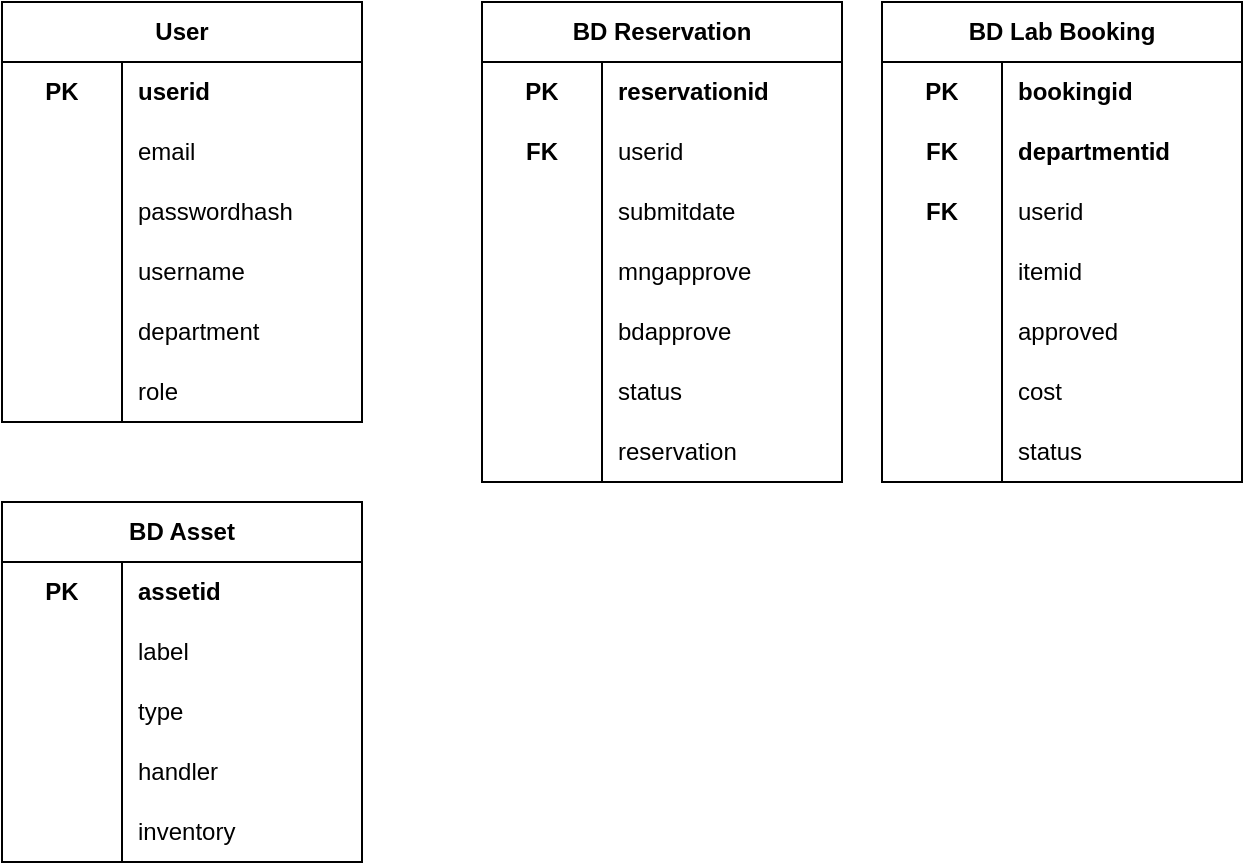
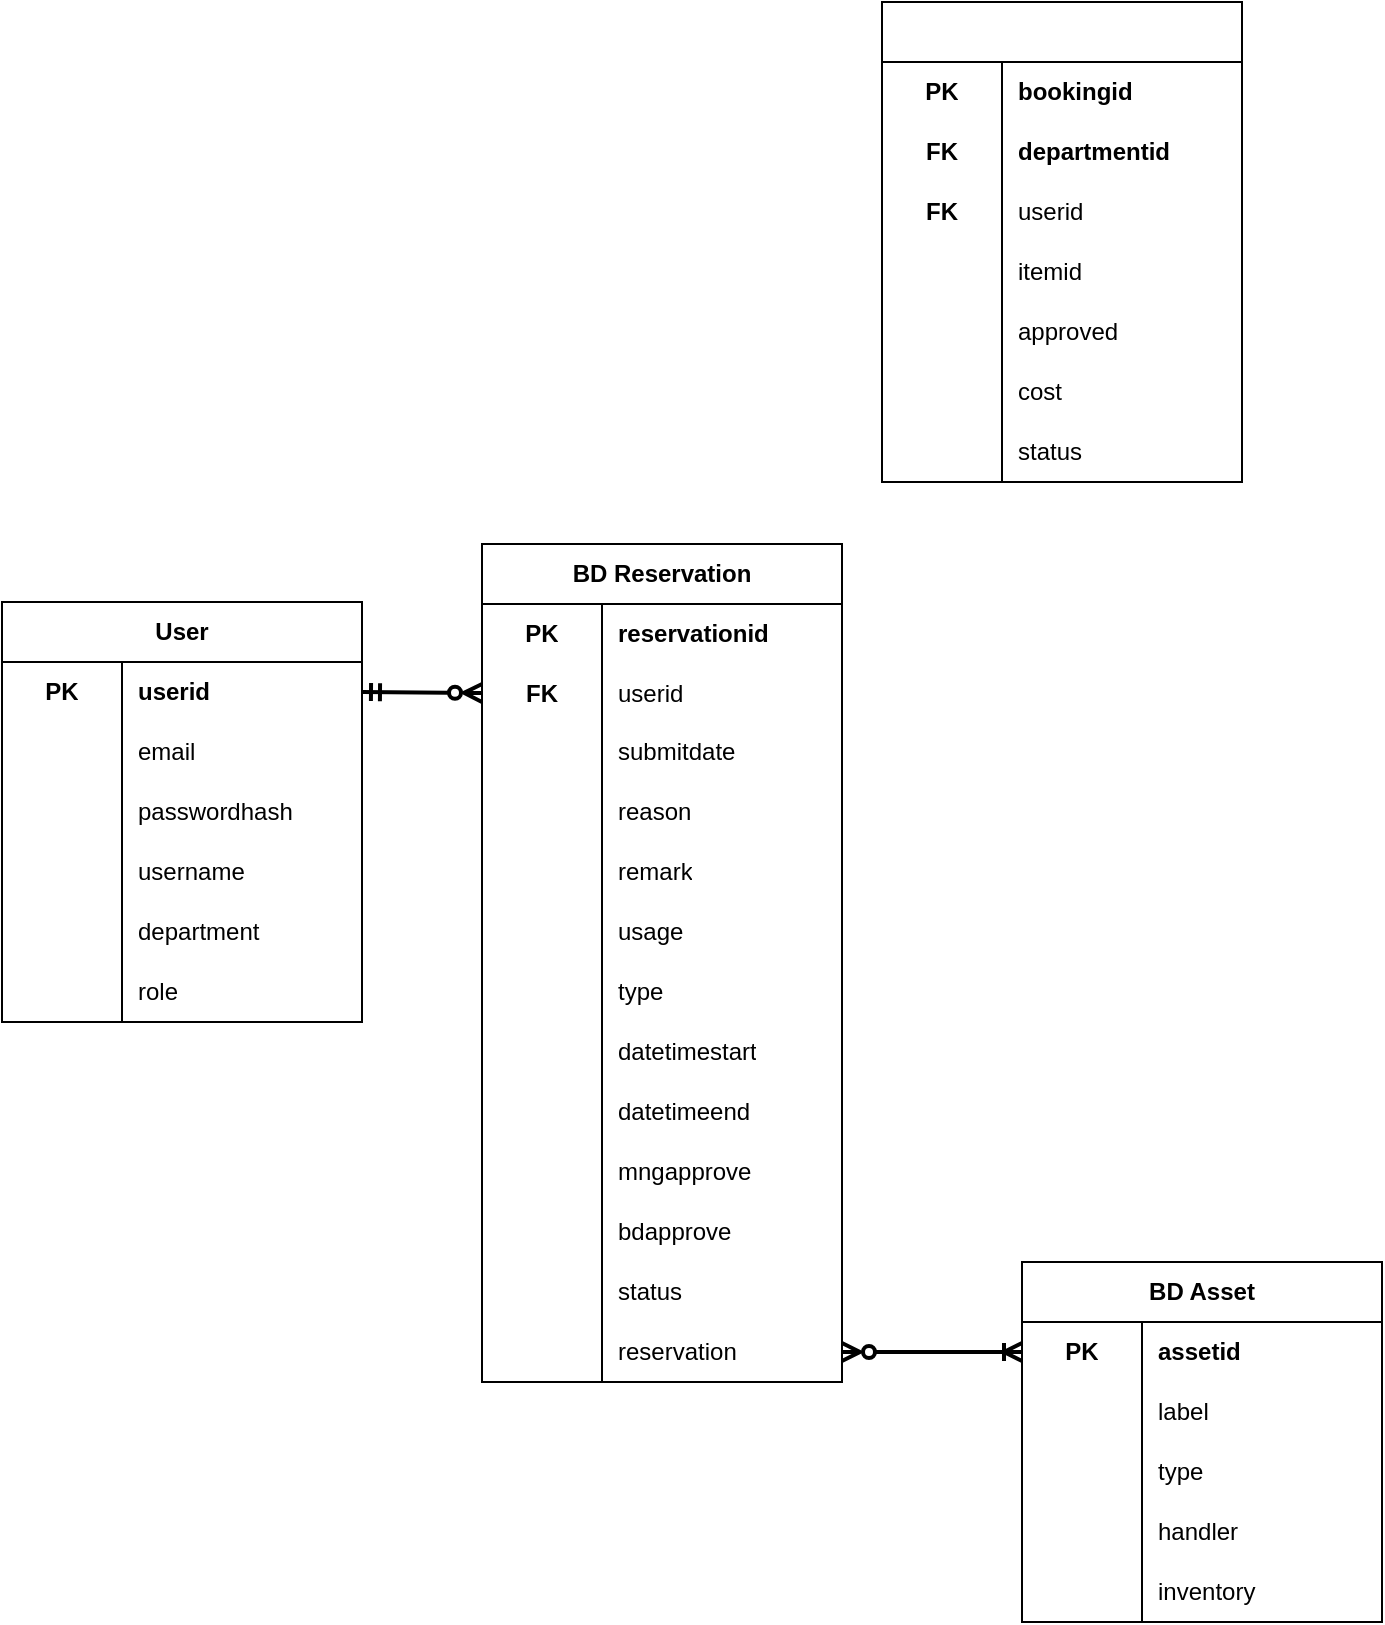
<mxfile host="65bd71144e">
    <diagram id="99jGwjI2mK34O7oxaWJw" name="Page-1">
-         <mxGraphModel dx="510" dy="547" grid="1" gridSize="10" guides="1" tooltips="1" connect="1" arrows="1" fold="1" page="1" pageScale="1" pageWidth="827" pageHeight="1169" math="0" shadow="0">
+         <mxGraphModel dx="284" dy="1716" grid="1" gridSize="10" guides="1" tooltips="1" connect="1" arrows="1" fold="1" page="1" pageScale="1" pageWidth="827" pageHeight="1169" math="0" shadow="0">
            <root>
                <mxCell id="0"/>
                <mxCell id="1" parent="0"/>
                <mxCell id="18" value="User" style="shape=table;startSize=30;container=1;collapsible=1;childLayout=tableLayout;fixedRows=1;rowLines=0;fontStyle=1;align=center;resizeLast=1;html=1;whiteSpace=wrap;" parent="1" vertex="1">
-                     <mxGeometry x="130" y="150" width="180" height="210" as="geometry"/>
+                     <mxGeometry x="130" y="140" width="180" height="210" as="geometry"/>
                </mxCell>
                <mxCell id="19" value="" style="shape=tableRow;horizontal=0;startSize=0;swimlaneHead=0;swimlaneBody=0;fillColor=none;collapsible=0;dropTarget=0;points=[[0,0.5],[1,0.5]];portConstraint=eastwest;top=0;left=0;right=0;bottom=0;html=1;labelBackgroundColor=none;labelBorderColor=none;swimlaneFillColor=none;" parent="18" vertex="1">
                    <mxGeometry y="30" width="180" height="30" as="geometry"/>
                </mxCell>
                <mxCell id="20" value="PK" style="shape=partialRectangle;connectable=0;fillColor=none;top=0;left=0;bottom=0;right=0;fontStyle=1;overflow=hidden;html=1;whiteSpace=wrap;labelBackgroundColor=none;labelBorderColor=none;swimlaneFillColor=none;" parent="19" vertex="1">
                    <mxGeometry width="60" height="30" as="geometry">
                        <mxRectangle width="60" height="30" as="alternateBounds"/>
                    </mxGeometry>
                </mxCell>
                <mxCell id="21" value="userid" style="shape=partialRectangle;connectable=0;fillColor=none;top=0;left=0;bottom=0;right=0;align=left;spacingLeft=6;fontStyle=1;overflow=hidden;html=1;whiteSpace=wrap;labelBackgroundColor=none;labelBorderColor=none;swimlaneFillColor=none;" parent="19" vertex="1">
                    <mxGeometry x="60" width="120" height="30" as="geometry">
                        <mxRectangle width="120" height="30" as="alternateBounds"/>
                    </mxGeometry>
                </mxCell>
                <mxCell id="22" value="" style="shape=tableRow;horizontal=0;startSize=0;swimlaneHead=0;swimlaneBody=0;fillColor=none;collapsible=0;dropTarget=0;points=[[0,0.5],[1,0.5]];portConstraint=eastwest;top=0;left=0;right=0;bottom=0;html=1;labelBackgroundColor=none;labelBorderColor=none;swimlaneFillColor=none;" parent="18" vertex="1">
                    <mxGeometry y="60" width="180" height="30" as="geometry"/>
                </mxCell>
                <mxCell id="23" value="" style="shape=partialRectangle;connectable=0;fillColor=none;top=0;left=0;bottom=0;right=0;fontStyle=1;overflow=hidden;html=1;whiteSpace=wrap;strokeWidth=1;shadow=0;strokeColor=default;perimeterSpacing=0;labelBackgroundColor=none;labelBorderColor=none;swimlaneFillColor=none;" parent="22" vertex="1">
                    <mxGeometry width="60" height="30" as="geometry">
                        <mxRectangle width="60" height="30" as="alternateBounds"/>
                    </mxGeometry>
                </mxCell>
                <mxCell id="24" value="email" style="shape=partialRectangle;connectable=0;fillColor=none;top=0;left=0;bottom=0;right=0;align=left;spacingLeft=6;fontStyle=0;overflow=hidden;html=1;whiteSpace=wrap;strokeWidth=1;shadow=0;perimeterSpacing=0;labelBackgroundColor=none;labelBorderColor=none;swimlaneFillColor=none;" parent="22" vertex="1">
                    <mxGeometry x="60" width="120" height="30" as="geometry">
                        <mxRectangle width="120" height="30" as="alternateBounds"/>
                    </mxGeometry>
                </mxCell>
                <mxCell id="25" value="" style="shape=tableRow;horizontal=0;startSize=0;swimlaneHead=0;swimlaneBody=0;fillColor=none;collapsible=0;dropTarget=0;points=[[0,0.5],[1,0.5]];portConstraint=eastwest;top=0;left=0;right=0;bottom=0;html=1;labelBackgroundColor=none;labelBorderColor=none;swimlaneFillColor=none;" parent="18" vertex="1">
                    <mxGeometry y="90" width="180" height="30" as="geometry"/>
                </mxCell>
                <mxCell id="26" value="" style="shape=partialRectangle;connectable=0;fillColor=none;top=0;left=0;bottom=0;right=0;editable=1;overflow=hidden;html=1;whiteSpace=wrap;labelBackgroundColor=none;labelBorderColor=none;swimlaneFillColor=none;" parent="25" vertex="1">
                    <mxGeometry width="60" height="30" as="geometry">
                        <mxRectangle width="60" height="30" as="alternateBounds"/>
                    </mxGeometry>
                </mxCell>
                <mxCell id="27" value="passwordhash" style="shape=partialRectangle;connectable=0;fillColor=none;top=0;left=0;bottom=0;right=0;align=left;spacingLeft=6;overflow=hidden;html=1;whiteSpace=wrap;labelBackgroundColor=none;labelBorderColor=none;swimlaneFillColor=none;" parent="25" vertex="1">
                    <mxGeometry x="60" width="120" height="30" as="geometry">
                        <mxRectangle width="120" height="30" as="alternateBounds"/>
                    </mxGeometry>
                </mxCell>
-                 <mxCell id="119" value="" style="shape=tableRow;horizontal=0;startSize=0;swimlaneHead=0;swimlaneBody=0;fillColor=none;collapsible=0;dropTarget=0;points=[[0,0.5],[1,0.5]];portConstraint=eastwest;top=0;left=0;right=0;bottom=0;html=1;labelBackgroundColor=none;labelBorderColor=none;swimlaneFillColor=none;" vertex="1" parent="18">
+                 <mxCell id="119" value="" style="shape=tableRow;horizontal=0;startSize=0;swimlaneHead=0;swimlaneBody=0;fillColor=none;collapsible=0;dropTarget=0;points=[[0,0.5],[1,0.5]];portConstraint=eastwest;top=0;left=0;right=0;bottom=0;html=1;labelBackgroundColor=none;labelBorderColor=none;swimlaneFillColor=none;" parent="18" vertex="1">
                    <mxGeometry y="120" width="180" height="30" as="geometry"/>
                </mxCell>
-                 <mxCell id="120" value="" style="shape=partialRectangle;connectable=0;fillColor=none;top=0;left=0;bottom=0;right=0;editable=1;overflow=hidden;html=1;whiteSpace=wrap;labelBackgroundColor=none;labelBorderColor=none;swimlaneFillColor=none;" vertex="1" parent="119">
-                     <mxGeometry width="60" height="30" as="geometry">
-                         <mxRectangle width="60" height="30" as="alternateBounds"/>
-                     </mxGeometry>
-                 </mxCell>
-                 <mxCell id="121" value="username" style="shape=partialRectangle;connectable=0;fillColor=none;top=0;left=0;bottom=0;right=0;align=left;spacingLeft=6;overflow=hidden;html=1;whiteSpace=wrap;labelBackgroundColor=none;labelBorderColor=none;swimlaneFillColor=none;" vertex="1" parent="119">
-                     <mxGeometry x="60" width="120" height="30" as="geometry">
-                         <mxRectangle width="120" height="30" as="alternateBounds"/>
-                     </mxGeometry>
-                 </mxCell>
-                 <mxCell id="122" value="" style="shape=tableRow;horizontal=0;startSize=0;swimlaneHead=0;swimlaneBody=0;fillColor=none;collapsible=0;dropTarget=0;points=[[0,0.5],[1,0.5]];portConstraint=eastwest;top=0;left=0;right=0;bottom=0;html=1;labelBackgroundColor=none;labelBorderColor=none;swimlaneFillColor=none;" vertex="1" parent="18">
+                 <mxCell id="120" value="" style="shape=partialRectangle;connectable=0;fillColor=none;top=0;left=0;bottom=0;right=0;editable=1;overflow=hidden;html=1;whiteSpace=wrap;labelBackgroundColor=none;labelBorderColor=none;swimlaneFillColor=none;" parent="119" vertex="1">
+                     <mxGeometry width="60" height="30" as="geometry">
+                         <mxRectangle width="60" height="30" as="alternateBounds"/>
+                     </mxGeometry>
+                 </mxCell>
+                 <mxCell id="121" value="username" style="shape=partialRectangle;connectable=0;fillColor=none;top=0;left=0;bottom=0;right=0;align=left;spacingLeft=6;overflow=hidden;html=1;whiteSpace=wrap;labelBackgroundColor=none;labelBorderColor=none;swimlaneFillColor=none;" parent="119" vertex="1">
+                     <mxGeometry x="60" width="120" height="30" as="geometry">
+                         <mxRectangle width="120" height="30" as="alternateBounds"/>
+                     </mxGeometry>
+                 </mxCell>
+                 <mxCell id="122" value="" style="shape=tableRow;horizontal=0;startSize=0;swimlaneHead=0;swimlaneBody=0;fillColor=none;collapsible=0;dropTarget=0;points=[[0,0.5],[1,0.5]];portConstraint=eastwest;top=0;left=0;right=0;bottom=0;html=1;labelBackgroundColor=none;labelBorderColor=none;swimlaneFillColor=none;" parent="18" vertex="1">
                    <mxGeometry y="150" width="180" height="30" as="geometry"/>
                </mxCell>
-                 <mxCell id="123" value="" style="shape=partialRectangle;connectable=0;fillColor=none;top=0;left=0;bottom=0;right=0;editable=1;overflow=hidden;html=1;whiteSpace=wrap;labelBackgroundColor=none;labelBorderColor=none;swimlaneFillColor=none;" vertex="1" parent="122">
-                     <mxGeometry width="60" height="30" as="geometry">
-                         <mxRectangle width="60" height="30" as="alternateBounds"/>
-                     </mxGeometry>
-                 </mxCell>
-                 <mxCell id="124" value="department" style="shape=partialRectangle;connectable=0;fillColor=none;top=0;left=0;bottom=0;right=0;align=left;spacingLeft=6;overflow=hidden;html=1;whiteSpace=wrap;labelBackgroundColor=none;labelBorderColor=none;swimlaneFillColor=none;" vertex="1" parent="122">
+                 <mxCell id="123" value="" style="shape=partialRectangle;connectable=0;fillColor=none;top=0;left=0;bottom=0;right=0;editable=1;overflow=hidden;html=1;whiteSpace=wrap;labelBackgroundColor=none;labelBorderColor=none;swimlaneFillColor=none;" parent="122" vertex="1">
+                     <mxGeometry width="60" height="30" as="geometry">
+                         <mxRectangle width="60" height="30" as="alternateBounds"/>
+                     </mxGeometry>
+                 </mxCell>
+                 <mxCell id="124" value="department" style="shape=partialRectangle;connectable=0;fillColor=none;top=0;left=0;bottom=0;right=0;align=left;spacingLeft=6;overflow=hidden;html=1;whiteSpace=wrap;labelBackgroundColor=none;labelBorderColor=none;swimlaneFillColor=none;" parent="122" vertex="1">
                    <mxGeometry x="60" width="120" height="30" as="geometry">
                        <mxRectangle width="120" height="30" as="alternateBounds"/>
                    </mxGeometry>
                </mxCell>
                <mxCell id="28" value="" style="shape=tableRow;horizontal=0;startSize=0;swimlaneHead=0;swimlaneBody=0;fillColor=none;collapsible=0;dropTarget=0;points=[[0,0.5],[1,0.5]];portConstraint=eastwest;top=0;left=0;right=0;bottom=0;html=1;labelBackgroundColor=none;labelBorderColor=none;swimlaneFillColor=none;" parent="18" vertex="1">
                    <mxGeometry y="180" width="180" height="30" as="geometry"/>
                </mxCell>
                <mxCell id="29" value="" style="shape=partialRectangle;connectable=0;fillColor=none;top=0;left=0;bottom=0;right=0;editable=1;overflow=hidden;html=1;whiteSpace=wrap;labelBackgroundColor=none;labelBorderColor=none;swimlaneFillColor=none;" parent="28" vertex="1">
                    <mxGeometry width="60" height="30" as="geometry">
                        <mxRectangle width="60" height="30" as="alternateBounds"/>
                    </mxGeometry>
                </mxCell>
                <mxCell id="30" value="role" style="shape=partialRectangle;connectable=0;fillColor=none;top=0;left=0;bottom=0;right=0;align=left;spacingLeft=6;overflow=hidden;html=1;whiteSpace=wrap;labelBackgroundColor=none;labelBorderColor=none;swimlaneFillColor=none;" parent="28" vertex="1">
                    <mxGeometry x="60" width="120" height="30" as="geometry">
                        <mxRectangle width="120" height="30" as="alternateBounds"/>
                    </mxGeometry>
                </mxCell>
                <mxCell id="34" value="BD Asset" style="shape=table;startSize=30;container=1;collapsible=1;childLayout=tableLayout;fixedRows=1;rowLines=0;fontStyle=1;align=center;resizeLast=1;html=1;whiteSpace=wrap;" parent="1" vertex="1">
-                     <mxGeometry x="130" y="400" width="180" height="180" as="geometry"/>
+                     <mxGeometry x="640" y="470" width="180" height="180" as="geometry"/>
                </mxCell>
                <mxCell id="35" value="" style="shape=tableRow;horizontal=0;startSize=0;swimlaneHead=0;swimlaneBody=0;fillColor=none;collapsible=0;dropTarget=0;points=[[0,0.5],[1,0.5]];portConstraint=eastwest;top=0;left=0;right=0;bottom=0;html=1;labelBackgroundColor=none;labelBorderColor=none;swimlaneFillColor=none;" parent="34" vertex="1">
                    <mxGeometry y="30" width="180" height="30" as="geometry"/>
                </mxCell>
                <mxCell id="36" value="PK" style="shape=partialRectangle;connectable=0;fillColor=none;top=0;left=0;bottom=0;right=0;fontStyle=1;overflow=hidden;html=1;whiteSpace=wrap;labelBackgroundColor=none;labelBorderColor=none;swimlaneFillColor=none;" parent="35" vertex="1">
                    <mxGeometry width="60" height="30" as="geometry">
                        <mxRectangle width="60" height="30" as="alternateBounds"/>
                    </mxGeometry>
                </mxCell>
                <mxCell id="37" value="assetid" style="shape=partialRectangle;connectable=0;fillColor=none;top=0;left=0;bottom=0;right=0;align=left;spacingLeft=6;fontStyle=1;overflow=hidden;html=1;whiteSpace=wrap;labelBackgroundColor=none;labelBorderColor=none;swimlaneFillColor=none;" parent="35" vertex="1">
                    <mxGeometry x="60" width="120" height="30" as="geometry">
                        <mxRectangle width="120" height="30" as="alternateBounds"/>
                    </mxGeometry>
                </mxCell>
                <mxCell id="38" value="" style="shape=tableRow;horizontal=0;startSize=0;swimlaneHead=0;swimlaneBody=0;fillColor=none;collapsible=0;dropTarget=0;points=[[0,0.5],[1,0.5]];portConstraint=eastwest;top=0;left=0;right=0;bottom=0;html=1;labelBackgroundColor=none;labelBorderColor=none;swimlaneFillColor=none;" parent="34" vertex="1">
                    <mxGeometry y="60" width="180" height="30" as="geometry"/>
                </mxCell>
                <mxCell id="39" value="" style="shape=partialRectangle;connectable=0;fillColor=none;top=0;left=0;bottom=0;right=0;fontStyle=1;overflow=hidden;html=1;whiteSpace=wrap;strokeWidth=1;shadow=0;strokeColor=default;perimeterSpacing=0;labelBackgroundColor=none;labelBorderColor=none;swimlaneFillColor=none;" parent="38" vertex="1">
                    <mxGeometry width="60" height="30" as="geometry">
                        <mxRectangle width="60" height="30" as="alternateBounds"/>
                    </mxGeometry>
                </mxCell>
                <mxCell id="40" value="label" style="shape=partialRectangle;connectable=0;fillColor=none;top=0;left=0;bottom=0;right=0;align=left;spacingLeft=6;fontStyle=0;overflow=hidden;html=1;whiteSpace=wrap;strokeWidth=1;shadow=0;perimeterSpacing=0;labelBackgroundColor=none;labelBorderColor=none;swimlaneFillColor=none;" parent="38" vertex="1">
                    <mxGeometry x="60" width="120" height="30" as="geometry">
                        <mxRectangle width="120" height="30" as="alternateBounds"/>
                    </mxGeometry>
                </mxCell>
                <mxCell id="66" value="" style="shape=tableRow;horizontal=0;startSize=0;swimlaneHead=0;swimlaneBody=0;fillColor=none;collapsible=0;dropTarget=0;points=[[0,0.5],[1,0.5]];portConstraint=eastwest;top=0;left=0;right=0;bottom=0;html=1;labelBackgroundColor=none;labelBorderColor=none;swimlaneFillColor=none;" parent="34" vertex="1">
                    <mxGeometry y="90" width="180" height="30" as="geometry"/>
                </mxCell>
                <mxCell id="67" value="" style="shape=partialRectangle;connectable=0;fillColor=none;top=0;left=0;bottom=0;right=0;fontStyle=1;overflow=hidden;html=1;whiteSpace=wrap;strokeWidth=1;shadow=0;strokeColor=default;perimeterSpacing=0;labelBackgroundColor=none;labelBorderColor=none;swimlaneFillColor=none;" parent="66" vertex="1">
                    <mxGeometry width="60" height="30" as="geometry">
                        <mxRectangle width="60" height="30" as="alternateBounds"/>
                    </mxGeometry>
                </mxCell>
                <mxCell id="68" value="type" style="shape=partialRectangle;connectable=0;fillColor=none;top=0;left=0;bottom=0;right=0;align=left;spacingLeft=6;fontStyle=0;overflow=hidden;html=1;whiteSpace=wrap;strokeWidth=1;shadow=0;perimeterSpacing=0;labelBackgroundColor=none;labelBorderColor=none;swimlaneFillColor=none;" parent="66" vertex="1">
                    <mxGeometry x="60" width="120" height="30" as="geometry">
                        <mxRectangle width="120" height="30" as="alternateBounds"/>
                    </mxGeometry>
                </mxCell>
                <mxCell id="60" value="" style="shape=tableRow;horizontal=0;startSize=0;swimlaneHead=0;swimlaneBody=0;fillColor=none;collapsible=0;dropTarget=0;points=[[0,0.5],[1,0.5]];portConstraint=eastwest;top=0;left=0;right=0;bottom=0;html=1;labelBackgroundColor=none;labelBorderColor=none;swimlaneFillColor=none;" parent="34" vertex="1">
                    <mxGeometry y="120" width="180" height="30" as="geometry"/>
                </mxCell>
                <mxCell id="61" value="" style="shape=partialRectangle;connectable=0;fillColor=none;top=0;left=0;bottom=0;right=0;editable=1;overflow=hidden;html=1;whiteSpace=wrap;labelBackgroundColor=none;labelBorderColor=none;swimlaneFillColor=none;" parent="60" vertex="1">
                    <mxGeometry width="60" height="30" as="geometry">
                        <mxRectangle width="60" height="30" as="alternateBounds"/>
                    </mxGeometry>
                </mxCell>
                <mxCell id="62" value="handler" style="shape=partialRectangle;connectable=0;fillColor=none;top=0;left=0;bottom=0;right=0;align=left;spacingLeft=6;overflow=hidden;html=1;whiteSpace=wrap;labelBackgroundColor=none;labelBorderColor=none;swimlaneFillColor=none;" parent="60" vertex="1">
                    <mxGeometry x="60" width="120" height="30" as="geometry">
                        <mxRectangle width="120" height="30" as="alternateBounds"/>
                    </mxGeometry>
                </mxCell>
                <mxCell id="69" value="" style="shape=tableRow;horizontal=0;startSize=0;swimlaneHead=0;swimlaneBody=0;fillColor=none;collapsible=0;dropTarget=0;points=[[0,0.5],[1,0.5]];portConstraint=eastwest;top=0;left=0;right=0;bottom=0;html=1;labelBackgroundColor=none;labelBorderColor=none;swimlaneFillColor=none;" parent="34" vertex="1">
                    <mxGeometry y="150" width="180" height="30" as="geometry"/>
                </mxCell>
                <mxCell id="70" value="" style="shape=partialRectangle;connectable=0;fillColor=none;top=0;left=0;bottom=0;right=0;editable=1;overflow=hidden;html=1;whiteSpace=wrap;labelBackgroundColor=none;labelBorderColor=none;swimlaneFillColor=none;" parent="69" vertex="1">
                    <mxGeometry width="60" height="30" as="geometry">
                        <mxRectangle width="60" height="30" as="alternateBounds"/>
                    </mxGeometry>
                </mxCell>
                <mxCell id="71" value="inventory" style="shape=partialRectangle;connectable=0;fillColor=none;top=0;left=0;bottom=0;right=0;align=left;spacingLeft=6;overflow=hidden;html=1;whiteSpace=wrap;labelBackgroundColor=none;labelBorderColor=none;swimlaneFillColor=none;" parent="69" vertex="1">
                    <mxGeometry x="60" width="120" height="30" as="geometry">
                        <mxRectangle width="120" height="30" as="alternateBounds"/>
                    </mxGeometry>
                </mxCell>
+                 <mxCell id="147" style="edgeStyle=none;html=1;entryX=0;entryY=0.5;entryDx=0;entryDy=0;strokeWidth=2;startArrow=ERzeroToMany;startFill=0;endArrow=ERoneToMany;endFill=0;exitX=1;exitY=0.5;exitDx=0;exitDy=0;" edge="1" parent="1" source="125" target="35">
+                     <mxGeometry relative="1" as="geometry">
+                         <mxPoint x="550" y="218.375" as="sourcePoint"/>
+                         <mxPoint x="580" y="182" as="targetPoint"/>
+                     </mxGeometry>
+                 </mxCell>
                <mxCell id="72" value="BD Reservation" style="shape=table;startSize=30;container=1;collapsible=1;childLayout=tableLayout;fixedRows=1;rowLines=0;fontStyle=1;align=center;resizeLast=1;html=1;whiteSpace=wrap;" parent="1" vertex="1">
-                     <mxGeometry x="370" y="150" width="180" height="240" as="geometry"/>
+                     <mxGeometry x="370" y="111" width="180" height="419" as="geometry"/>
                </mxCell>
                <mxCell id="73" value="" style="shape=tableRow;horizontal=0;startSize=0;swimlaneHead=0;swimlaneBody=0;fillColor=none;collapsible=0;dropTarget=0;points=[[0,0.5],[1,0.5]];portConstraint=eastwest;top=0;left=0;right=0;bottom=0;html=1;labelBackgroundColor=none;labelBorderColor=none;swimlaneFillColor=none;" parent="72" vertex="1">
                    <mxGeometry y="30" width="180" height="30" as="geometry"/>
                </mxCell>
                <mxCell id="74" value="PK" style="shape=partialRectangle;connectable=0;fillColor=none;top=0;left=0;bottom=0;right=0;fontStyle=1;overflow=hidden;html=1;whiteSpace=wrap;labelBackgroundColor=none;labelBorderColor=none;swimlaneFillColor=none;" parent="73" vertex="1">
                    <mxGeometry width="60" height="30" as="geometry">
                        <mxRectangle width="60" height="30" as="alternateBounds"/>
                    </mxGeometry>
                </mxCell>
                <mxCell id="75" value="reservationid" style="shape=partialRectangle;connectable=0;fillColor=none;top=0;left=0;bottom=0;right=0;align=left;spacingLeft=6;fontStyle=1;overflow=hidden;html=1;whiteSpace=wrap;labelBackgroundColor=none;labelBorderColor=none;swimlaneFillColor=none;" parent="73" vertex="1">
                    <mxGeometry x="60" width="120" height="30" as="geometry">
                        <mxRectangle width="120" height="30" as="alternateBounds"/>
                    </mxGeometry>
                </mxCell>
                <mxCell id="76" value="" style="shape=tableRow;horizontal=0;startSize=0;swimlaneHead=0;swimlaneBody=0;fillColor=none;collapsible=0;dropTarget=0;points=[[0,0.5],[1,0.5]];portConstraint=eastwest;top=0;left=0;right=0;bottom=0;html=1;labelBackgroundColor=none;labelBorderColor=none;swimlaneFillColor=none;" parent="72" vertex="1">
-                     <mxGeometry y="60" width="180" height="30" as="geometry"/>
+                     <mxGeometry y="60" width="180" height="29" as="geometry"/>
                </mxCell>
                <mxCell id="77" value="FK" style="shape=partialRectangle;connectable=0;fillColor=none;top=0;left=0;bottom=0;right=0;fontStyle=1;overflow=hidden;html=1;whiteSpace=wrap;strokeWidth=1;shadow=0;strokeColor=default;perimeterSpacing=0;labelBackgroundColor=none;labelBorderColor=none;swimlaneFillColor=none;" parent="76" vertex="1">
-                     <mxGeometry width="60" height="30" as="geometry">
-                         <mxRectangle width="60" height="30" as="alternateBounds"/>
+                     <mxGeometry width="60" height="29" as="geometry">
+                         <mxRectangle width="60" height="29" as="alternateBounds"/>
                    </mxGeometry>
                </mxCell>
                <mxCell id="78" value="userid" style="shape=partialRectangle;connectable=0;fillColor=none;top=0;left=0;bottom=0;right=0;align=left;spacingLeft=6;fontStyle=0;overflow=hidden;html=1;whiteSpace=wrap;strokeWidth=1;shadow=0;perimeterSpacing=0;labelBackgroundColor=none;labelBorderColor=none;swimlaneFillColor=none;" parent="76" vertex="1">
-                     <mxGeometry x="60" width="120" height="30" as="geometry">
-                         <mxRectangle width="120" height="30" as="alternateBounds"/>
+                     <mxGeometry x="60" width="120" height="29" as="geometry">
+                         <mxRectangle width="120" height="29" as="alternateBounds"/>
                    </mxGeometry>
                </mxCell>
                <mxCell id="79" value="" style="shape=tableRow;horizontal=0;startSize=0;swimlaneHead=0;swimlaneBody=0;fillColor=none;collapsible=0;dropTarget=0;points=[[0,0.5],[1,0.5]];portConstraint=eastwest;top=0;left=0;right=0;bottom=0;html=1;labelBackgroundColor=none;labelBorderColor=none;swimlaneFillColor=none;" parent="72" vertex="1">
-                     <mxGeometry y="90" width="180" height="30" as="geometry"/>
+                     <mxGeometry y="89" width="180" height="30" as="geometry"/>
                </mxCell>
                <mxCell id="80" value="" style="shape=partialRectangle;connectable=0;fillColor=none;top=0;left=0;bottom=0;right=0;editable=1;overflow=hidden;html=1;whiteSpace=wrap;labelBackgroundColor=none;labelBorderColor=none;swimlaneFillColor=none;" parent="79" vertex="1">
                    <mxGeometry width="60" height="30" as="geometry">
                        <mxRectangle width="60" height="30" as="alternateBounds"/>
                    </mxGeometry>
                </mxCell>
                <mxCell id="81" value="submitdate" style="shape=partialRectangle;connectable=0;fillColor=none;top=0;left=0;bottom=0;right=0;align=left;spacingLeft=6;overflow=hidden;html=1;whiteSpace=wrap;labelBackgroundColor=none;labelBorderColor=none;swimlaneFillColor=none;" parent="79" vertex="1">
                    <mxGeometry x="60" width="120" height="30" as="geometry">
                        <mxRectangle width="120" height="30" as="alternateBounds"/>
                    </mxGeometry>
                </mxCell>
+                 <mxCell id="128" value="" style="shape=tableRow;horizontal=0;startSize=0;swimlaneHead=0;swimlaneBody=0;fillColor=none;collapsible=0;dropTarget=0;points=[[0,0.5],[1,0.5]];portConstraint=eastwest;top=0;left=0;right=0;bottom=0;html=1;labelBackgroundColor=none;labelBorderColor=none;swimlaneFillColor=none;" vertex="1" parent="72">
+                     <mxGeometry y="119" width="180" height="30" as="geometry"/>
+                 </mxCell>
+                 <mxCell id="129" value="" style="shape=partialRectangle;connectable=0;fillColor=none;top=0;left=0;bottom=0;right=0;editable=1;overflow=hidden;html=1;whiteSpace=wrap;labelBackgroundColor=none;labelBorderColor=none;swimlaneFillColor=none;" vertex="1" parent="128">
+                     <mxGeometry width="60" height="30" as="geometry">
+                         <mxRectangle width="60" height="30" as="alternateBounds"/>
+                     </mxGeometry>
+                 </mxCell>
+                 <mxCell id="130" value="reason" style="shape=partialRectangle;connectable=0;fillColor=none;top=0;left=0;bottom=0;right=0;align=left;spacingLeft=6;overflow=hidden;html=1;whiteSpace=wrap;labelBackgroundColor=none;labelBorderColor=none;swimlaneFillColor=none;" vertex="1" parent="128">
+                     <mxGeometry x="60" width="120" height="30" as="geometry">
+                         <mxRectangle width="120" height="30" as="alternateBounds"/>
+                     </mxGeometry>
+                 </mxCell>
+                 <mxCell id="131" value="" style="shape=tableRow;horizontal=0;startSize=0;swimlaneHead=0;swimlaneBody=0;fillColor=none;collapsible=0;dropTarget=0;points=[[0,0.5],[1,0.5]];portConstraint=eastwest;top=0;left=0;right=0;bottom=0;html=1;labelBackgroundColor=none;labelBorderColor=none;swimlaneFillColor=none;" vertex="1" parent="72">
+                     <mxGeometry y="149" width="180" height="30" as="geometry"/>
+                 </mxCell>
+                 <mxCell id="132" value="" style="shape=partialRectangle;connectable=0;fillColor=none;top=0;left=0;bottom=0;right=0;editable=1;overflow=hidden;html=1;whiteSpace=wrap;labelBackgroundColor=none;labelBorderColor=none;swimlaneFillColor=none;" vertex="1" parent="131">
+                     <mxGeometry width="60" height="30" as="geometry">
+                         <mxRectangle width="60" height="30" as="alternateBounds"/>
+                     </mxGeometry>
+                 </mxCell>
+                 <mxCell id="133" value="remark" style="shape=partialRectangle;connectable=0;fillColor=none;top=0;left=0;bottom=0;right=0;align=left;spacingLeft=6;overflow=hidden;html=1;whiteSpace=wrap;labelBackgroundColor=none;labelBorderColor=none;swimlaneFillColor=none;" vertex="1" parent="131">
+                     <mxGeometry x="60" width="120" height="30" as="geometry">
+                         <mxRectangle width="120" height="30" as="alternateBounds"/>
+                     </mxGeometry>
+                 </mxCell>
+                 <mxCell id="134" value="" style="shape=tableRow;horizontal=0;startSize=0;swimlaneHead=0;swimlaneBody=0;fillColor=none;collapsible=0;dropTarget=0;points=[[0,0.5],[1,0.5]];portConstraint=eastwest;top=0;left=0;right=0;bottom=0;html=1;labelBackgroundColor=none;labelBorderColor=none;swimlaneFillColor=none;" vertex="1" parent="72">
+                     <mxGeometry y="179" width="180" height="30" as="geometry"/>
+                 </mxCell>
+                 <mxCell id="135" value="" style="shape=partialRectangle;connectable=0;fillColor=none;top=0;left=0;bottom=0;right=0;editable=1;overflow=hidden;html=1;whiteSpace=wrap;labelBackgroundColor=none;labelBorderColor=none;swimlaneFillColor=none;" vertex="1" parent="134">
+                     <mxGeometry width="60" height="30" as="geometry">
+                         <mxRectangle width="60" height="30" as="alternateBounds"/>
+                     </mxGeometry>
+                 </mxCell>
+                 <mxCell id="136" value="usage" style="shape=partialRectangle;connectable=0;fillColor=none;top=0;left=0;bottom=0;right=0;align=left;spacingLeft=6;overflow=hidden;html=1;whiteSpace=wrap;labelBackgroundColor=none;labelBorderColor=none;swimlaneFillColor=none;" vertex="1" parent="134">
+                     <mxGeometry x="60" width="120" height="30" as="geometry">
+                         <mxRectangle width="120" height="30" as="alternateBounds"/>
+                     </mxGeometry>
+                 </mxCell>
+                 <mxCell id="137" value="" style="shape=tableRow;horizontal=0;startSize=0;swimlaneHead=0;swimlaneBody=0;fillColor=none;collapsible=0;dropTarget=0;points=[[0,0.5],[1,0.5]];portConstraint=eastwest;top=0;left=0;right=0;bottom=0;html=1;labelBackgroundColor=none;labelBorderColor=none;swimlaneFillColor=none;" vertex="1" parent="72">
+                     <mxGeometry y="209" width="180" height="30" as="geometry"/>
+                 </mxCell>
+                 <mxCell id="138" value="" style="shape=partialRectangle;connectable=0;fillColor=none;top=0;left=0;bottom=0;right=0;editable=1;overflow=hidden;html=1;whiteSpace=wrap;labelBackgroundColor=none;labelBorderColor=none;swimlaneFillColor=none;" vertex="1" parent="137">
+                     <mxGeometry width="60" height="30" as="geometry">
+                         <mxRectangle width="60" height="30" as="alternateBounds"/>
+                     </mxGeometry>
+                 </mxCell>
+                 <mxCell id="139" value="type" style="shape=partialRectangle;connectable=0;fillColor=none;top=0;left=0;bottom=0;right=0;align=left;spacingLeft=6;overflow=hidden;html=1;whiteSpace=wrap;labelBackgroundColor=none;labelBorderColor=none;swimlaneFillColor=none;" vertex="1" parent="137">
+                     <mxGeometry x="60" width="120" height="30" as="geometry">
+                         <mxRectangle width="120" height="30" as="alternateBounds"/>
+                     </mxGeometry>
+                 </mxCell>
+                 <mxCell id="140" value="" style="shape=tableRow;horizontal=0;startSize=0;swimlaneHead=0;swimlaneBody=0;fillColor=none;collapsible=0;dropTarget=0;points=[[0,0.5],[1,0.5]];portConstraint=eastwest;top=0;left=0;right=0;bottom=0;html=1;labelBackgroundColor=none;labelBorderColor=none;swimlaneFillColor=none;" vertex="1" parent="72">
+                     <mxGeometry y="239" width="180" height="30" as="geometry"/>
+                 </mxCell>
+                 <mxCell id="141" value="" style="shape=partialRectangle;connectable=0;fillColor=none;top=0;left=0;bottom=0;right=0;editable=1;overflow=hidden;html=1;whiteSpace=wrap;labelBackgroundColor=none;labelBorderColor=none;swimlaneFillColor=none;" vertex="1" parent="140">
+                     <mxGeometry width="60" height="30" as="geometry">
+                         <mxRectangle width="60" height="30" as="alternateBounds"/>
+                     </mxGeometry>
+                 </mxCell>
+                 <mxCell id="142" value="datetimestart" style="shape=partialRectangle;connectable=0;fillColor=none;top=0;left=0;bottom=0;right=0;align=left;spacingLeft=6;overflow=hidden;html=1;whiteSpace=wrap;labelBackgroundColor=none;labelBorderColor=none;swimlaneFillColor=none;" vertex="1" parent="140">
+                     <mxGeometry x="60" width="120" height="30" as="geometry">
+                         <mxRectangle width="120" height="30" as="alternateBounds"/>
+                     </mxGeometry>
+                 </mxCell>
+                 <mxCell id="143" value="" style="shape=tableRow;horizontal=0;startSize=0;swimlaneHead=0;swimlaneBody=0;fillColor=none;collapsible=0;dropTarget=0;points=[[0,0.5],[1,0.5]];portConstraint=eastwest;top=0;left=0;right=0;bottom=0;html=1;labelBackgroundColor=none;labelBorderColor=none;swimlaneFillColor=none;" vertex="1" parent="72">
+                     <mxGeometry y="269" width="180" height="30" as="geometry"/>
+                 </mxCell>
+                 <mxCell id="144" value="" style="shape=partialRectangle;connectable=0;fillColor=none;top=0;left=0;bottom=0;right=0;editable=1;overflow=hidden;html=1;whiteSpace=wrap;labelBackgroundColor=none;labelBorderColor=none;swimlaneFillColor=none;" vertex="1" parent="143">
+                     <mxGeometry width="60" height="30" as="geometry">
+                         <mxRectangle width="60" height="30" as="alternateBounds"/>
+                     </mxGeometry>
+                 </mxCell>
+                 <mxCell id="145" value="datetimeend" style="shape=partialRectangle;connectable=0;fillColor=none;top=0;left=0;bottom=0;right=0;align=left;spacingLeft=6;overflow=hidden;html=1;whiteSpace=wrap;labelBackgroundColor=none;labelBorderColor=none;swimlaneFillColor=none;" vertex="1" parent="143">
+                     <mxGeometry x="60" width="120" height="30" as="geometry">
+                         <mxRectangle width="120" height="30" as="alternateBounds"/>
+                     </mxGeometry>
+                 </mxCell>
                <mxCell id="82" value="" style="shape=tableRow;horizontal=0;startSize=0;swimlaneHead=0;swimlaneBody=0;fillColor=none;collapsible=0;dropTarget=0;points=[[0,0.5],[1,0.5]];portConstraint=eastwest;top=0;left=0;right=0;bottom=0;html=1;labelBackgroundColor=none;labelBorderColor=none;swimlaneFillColor=none;" parent="72" vertex="1">
-                     <mxGeometry y="120" width="180" height="30" as="geometry"/>
+                     <mxGeometry y="299" width="180" height="30" as="geometry"/>
                </mxCell>
                <mxCell id="83" value="" style="shape=partialRectangle;connectable=0;fillColor=none;top=0;left=0;bottom=0;right=0;editable=1;overflow=hidden;html=1;whiteSpace=wrap;labelBackgroundColor=none;labelBorderColor=none;swimlaneFillColor=none;" parent="82" vertex="1">
                    <mxGeometry width="60" height="30" as="geometry">
                        <mxRectangle width="60" height="30" as="alternateBounds"/>
                    </mxGeometry>
                </mxCell>
                <mxCell id="84" value="mngapprove" style="shape=partialRectangle;connectable=0;fillColor=none;top=0;left=0;bottom=0;right=0;align=left;spacingLeft=6;overflow=hidden;html=1;whiteSpace=wrap;labelBackgroundColor=none;labelBorderColor=none;swimlaneFillColor=none;" parent="82" vertex="1">
                    <mxGeometry x="60" width="120" height="30" as="geometry">
                        <mxRectangle width="120" height="30" as="alternateBounds"/>
                    </mxGeometry>
                </mxCell>
                <mxCell id="88" value="" style="shape=tableRow;horizontal=0;startSize=0;swimlaneHead=0;swimlaneBody=0;fillColor=none;collapsible=0;dropTarget=0;points=[[0,0.5],[1,0.5]];portConstraint=eastwest;top=0;left=0;right=0;bottom=0;html=1;labelBackgroundColor=none;labelBorderColor=none;swimlaneFillColor=none;" parent="72" vertex="1">
-                     <mxGeometry y="150" width="180" height="30" as="geometry"/>
+                     <mxGeometry y="329" width="180" height="30" as="geometry"/>
                </mxCell>
                <mxCell id="89" value="" style="shape=partialRectangle;connectable=0;fillColor=none;top=0;left=0;bottom=0;right=0;editable=1;overflow=hidden;html=1;whiteSpace=wrap;labelBackgroundColor=none;labelBorderColor=none;swimlaneFillColor=none;" parent="88" vertex="1">
                    <mxGeometry width="60" height="30" as="geometry">
                        <mxRectangle width="60" height="30" as="alternateBounds"/>
                    </mxGeometry>
                </mxCell>
                <mxCell id="90" value="bdapprove" style="shape=partialRectangle;connectable=0;fillColor=none;top=0;left=0;bottom=0;right=0;align=left;spacingLeft=6;overflow=hidden;html=1;whiteSpace=wrap;labelBackgroundColor=none;labelBorderColor=none;swimlaneFillColor=none;" parent="88" vertex="1">
                    <mxGeometry x="60" width="120" height="30" as="geometry">
                        <mxRectangle width="120" height="30" as="alternateBounds"/>
                    </mxGeometry>
                </mxCell>
                <mxCell id="85" value="" style="shape=tableRow;horizontal=0;startSize=0;swimlaneHead=0;swimlaneBody=0;fillColor=none;collapsible=0;dropTarget=0;points=[[0,0.5],[1,0.5]];portConstraint=eastwest;top=0;left=0;right=0;bottom=0;html=1;labelBackgroundColor=none;labelBorderColor=none;swimlaneFillColor=none;" parent="72" vertex="1">
-                     <mxGeometry y="180" width="180" height="30" as="geometry"/>
+                     <mxGeometry y="359" width="180" height="30" as="geometry"/>
                </mxCell>
                <mxCell id="86" value="" style="shape=partialRectangle;connectable=0;fillColor=none;top=0;left=0;bottom=0;right=0;editable=1;overflow=hidden;html=1;whiteSpace=wrap;labelBackgroundColor=none;labelBorderColor=none;swimlaneFillColor=none;" parent="85" vertex="1">
                    <mxGeometry width="60" height="30" as="geometry">
                        <mxRectangle width="60" height="30" as="alternateBounds"/>
                    </mxGeometry>
                </mxCell>
                <mxCell id="87" value="status" style="shape=partialRectangle;connectable=0;fillColor=none;top=0;left=0;bottom=0;right=0;align=left;spacingLeft=6;overflow=hidden;html=1;whiteSpace=wrap;labelBackgroundColor=none;labelBorderColor=none;swimlaneFillColor=none;" parent="85" vertex="1">
                    <mxGeometry x="60" width="120" height="30" as="geometry">
                        <mxRectangle width="120" height="30" as="alternateBounds"/>
                    </mxGeometry>
                </mxCell>
-                 <mxCell id="125" value="" style="shape=tableRow;horizontal=0;startSize=0;swimlaneHead=0;swimlaneBody=0;fillColor=none;collapsible=0;dropTarget=0;points=[[0,0.5],[1,0.5]];portConstraint=eastwest;top=0;left=0;right=0;bottom=0;html=1;labelBackgroundColor=none;labelBorderColor=none;swimlaneFillColor=none;" vertex="1" parent="72">
-                     <mxGeometry y="210" width="180" height="30" as="geometry"/>
-                 </mxCell>
-                 <mxCell id="126" value="" style="shape=partialRectangle;connectable=0;fillColor=none;top=0;left=0;bottom=0;right=0;editable=1;overflow=hidden;html=1;whiteSpace=wrap;labelBackgroundColor=none;labelBorderColor=none;swimlaneFillColor=none;" vertex="1" parent="125">
-                     <mxGeometry width="60" height="30" as="geometry">
-                         <mxRectangle width="60" height="30" as="alternateBounds"/>
-                     </mxGeometry>
-                 </mxCell>
-                 <mxCell id="127" value="reservation" style="shape=partialRectangle;connectable=0;fillColor=none;top=0;left=0;bottom=0;right=0;align=left;spacingLeft=6;overflow=hidden;html=1;whiteSpace=wrap;labelBackgroundColor=none;labelBorderColor=none;swimlaneFillColor=none;" vertex="1" parent="125">
-                     <mxGeometry x="60" width="120" height="30" as="geometry">
-                         <mxRectangle width="120" height="30" as="alternateBounds"/>
-                     </mxGeometry>
-                 </mxCell>
-                 <mxCell id="97" value="BD Lab Booking" style="shape=table;startSize=30;container=1;collapsible=1;childLayout=tableLayout;fixedRows=1;rowLines=0;fontStyle=1;align=center;resizeLast=1;html=1;whiteSpace=wrap;" parent="1" vertex="1">
-                     <mxGeometry x="570" y="150" width="180" height="240" as="geometry"/>
+                 <mxCell id="125" value="" style="shape=tableRow;horizontal=0;startSize=0;swimlaneHead=0;swimlaneBody=0;fillColor=none;collapsible=0;dropTarget=0;points=[[0,0.5],[1,0.5]];portConstraint=eastwest;top=0;left=0;right=0;bottom=0;html=1;labelBackgroundColor=none;labelBorderColor=none;swimlaneFillColor=none;" parent="72" vertex="1">
+                     <mxGeometry y="389" width="180" height="30" as="geometry"/>
+                 </mxCell>
+                 <mxCell id="126" value="" style="shape=partialRectangle;connectable=0;fillColor=none;top=0;left=0;bottom=0;right=0;editable=1;overflow=hidden;html=1;whiteSpace=wrap;labelBackgroundColor=none;labelBorderColor=none;swimlaneFillColor=none;" parent="125" vertex="1">
+                     <mxGeometry width="60" height="30" as="geometry">
+                         <mxRectangle width="60" height="30" as="alternateBounds"/>
+                     </mxGeometry>
+                 </mxCell>
+                 <mxCell id="127" value="reservation" style="shape=partialRectangle;connectable=0;fillColor=none;top=0;left=0;bottom=0;right=0;align=left;spacingLeft=6;overflow=hidden;html=1;whiteSpace=wrap;labelBackgroundColor=none;labelBorderColor=none;swimlaneFillColor=none;" parent="125" vertex="1">
+                     <mxGeometry x="60" width="120" height="30" as="geometry">
+                         <mxRectangle width="120" height="30" as="alternateBounds"/>
+                     </mxGeometry>
+                 </mxCell>
+                 <mxCell id="97" value="" style="shape=table;startSize=30;container=1;collapsible=1;childLayout=tableLayout;fixedRows=1;rowLines=0;fontStyle=1;align=center;resizeLast=1;html=1;whiteSpace=wrap;" parent="1" vertex="1">
+                     <mxGeometry x="570" y="-160" width="180" height="240" as="geometry"/>
                </mxCell>
                <mxCell id="98" value="" style="shape=tableRow;horizontal=0;startSize=0;swimlaneHead=0;swimlaneBody=0;fillColor=none;collapsible=0;dropTarget=0;points=[[0,0.5],[1,0.5]];portConstraint=eastwest;top=0;left=0;right=0;bottom=0;html=1;labelBackgroundColor=none;labelBorderColor=none;swimlaneFillColor=none;" parent="97" vertex="1">
                    <mxGeometry y="30" width="180" height="30" as="geometry"/>
                </mxCell>
                <mxCell id="99" value="PK" style="shape=partialRectangle;connectable=0;fillColor=none;top=0;left=0;bottom=0;right=0;fontStyle=1;overflow=hidden;html=1;whiteSpace=wrap;labelBackgroundColor=none;labelBorderColor=none;swimlaneFillColor=none;" parent="98" vertex="1">
                    <mxGeometry width="60" height="30" as="geometry">
                        <mxRectangle width="60" height="30" as="alternateBounds"/>
                    </mxGeometry>
                </mxCell>
                <mxCell id="100" value="bookingid" style="shape=partialRectangle;connectable=0;fillColor=none;top=0;left=0;bottom=0;right=0;align=left;spacingLeft=6;fontStyle=1;overflow=hidden;html=1;whiteSpace=wrap;labelBackgroundColor=none;labelBorderColor=none;swimlaneFillColor=none;" parent="98" vertex="1">
                    <mxGeometry x="60" width="120" height="30" as="geometry">
                        <mxRectangle width="120" height="30" as="alternateBounds"/>
                    </mxGeometry>
                </mxCell>
                <mxCell id="101" value="" style="shape=tableRow;horizontal=0;startSize=0;swimlaneHead=0;swimlaneBody=0;fillColor=none;collapsible=0;dropTarget=0;points=[[0,0.5],[1,0.5]];portConstraint=eastwest;top=0;left=0;right=0;bottom=0;html=1;labelBackgroundColor=none;labelBorderColor=none;swimlaneFillColor=none;" parent="97" vertex="1">
                    <mxGeometry y="60" width="180" height="30" as="geometry"/>
                </mxCell>
                <mxCell id="102" value="FK" style="shape=partialRectangle;connectable=0;fillColor=none;top=0;left=0;bottom=0;right=0;fontStyle=1;overflow=hidden;html=1;whiteSpace=wrap;labelBackgroundColor=none;labelBorderColor=none;swimlaneFillColor=none;" parent="101" vertex="1">
                    <mxGeometry width="60" height="30" as="geometry">
                        <mxRectangle width="60" height="30" as="alternateBounds"/>
                    </mxGeometry>
                </mxCell>
                <mxCell id="103" value="departmentid" style="shape=partialRectangle;connectable=0;fillColor=none;top=0;left=0;bottom=0;right=0;align=left;spacingLeft=6;fontStyle=1;overflow=hidden;html=1;whiteSpace=wrap;labelBackgroundColor=none;labelBorderColor=none;swimlaneFillColor=none;" parent="101" vertex="1">
                    <mxGeometry x="60" width="120" height="30" as="geometry">
                        <mxRectangle width="120" height="30" as="alternateBounds"/>
                    </mxGeometry>
                </mxCell>
                <mxCell id="104" value="" style="shape=tableRow;horizontal=0;startSize=0;swimlaneHead=0;swimlaneBody=0;fillColor=none;collapsible=0;dropTarget=0;points=[[0,0.5],[1,0.5]];portConstraint=eastwest;top=0;left=0;right=0;bottom=0;html=1;labelBackgroundColor=none;labelBorderColor=none;swimlaneFillColor=none;" parent="97" vertex="1">
                    <mxGeometry y="90" width="180" height="30" as="geometry"/>
                </mxCell>
                <mxCell id="105" value="FK" style="shape=partialRectangle;connectable=0;fillColor=none;top=0;left=0;bottom=0;right=0;fontStyle=1;overflow=hidden;html=1;whiteSpace=wrap;strokeWidth=1;shadow=0;strokeColor=default;perimeterSpacing=0;labelBackgroundColor=none;labelBorderColor=none;swimlaneFillColor=none;" parent="104" vertex="1">
                    <mxGeometry width="60" height="30" as="geometry">
                        <mxRectangle width="60" height="30" as="alternateBounds"/>
                    </mxGeometry>
                </mxCell>
                <mxCell id="106" value="userid" style="shape=partialRectangle;connectable=0;fillColor=none;top=0;left=0;bottom=0;right=0;align=left;spacingLeft=6;fontStyle=0;overflow=hidden;html=1;whiteSpace=wrap;strokeWidth=1;shadow=0;perimeterSpacing=0;labelBackgroundColor=none;labelBorderColor=none;swimlaneFillColor=none;" parent="104" vertex="1">
                    <mxGeometry x="60" width="120" height="30" as="geometry">
                        <mxRectangle width="120" height="30" as="alternateBounds"/>
                    </mxGeometry>
                </mxCell>
                <mxCell id="107" value="" style="shape=tableRow;horizontal=0;startSize=0;swimlaneHead=0;swimlaneBody=0;fillColor=none;collapsible=0;dropTarget=0;points=[[0,0.5],[1,0.5]];portConstraint=eastwest;top=0;left=0;right=0;bottom=0;html=1;labelBackgroundColor=none;labelBorderColor=none;swimlaneFillColor=none;" parent="97" vertex="1">
                    <mxGeometry y="120" width="180" height="30" as="geometry"/>
                </mxCell>
                <mxCell id="108" value="" style="shape=partialRectangle;connectable=0;fillColor=none;top=0;left=0;bottom=0;right=0;editable=1;overflow=hidden;html=1;whiteSpace=wrap;labelBackgroundColor=none;labelBorderColor=none;swimlaneFillColor=none;" parent="107" vertex="1">
                    <mxGeometry width="60" height="30" as="geometry">
                        <mxRectangle width="60" height="30" as="alternateBounds"/>
                    </mxGeometry>
                </mxCell>
                <mxCell id="109" value="itemid" style="shape=partialRectangle;connectable=0;fillColor=none;top=0;left=0;bottom=0;right=0;align=left;spacingLeft=6;overflow=hidden;html=1;whiteSpace=wrap;labelBackgroundColor=none;labelBorderColor=none;swimlaneFillColor=none;" parent="107" vertex="1">
                    <mxGeometry x="60" width="120" height="30" as="geometry">
                        <mxRectangle width="120" height="30" as="alternateBounds"/>
                    </mxGeometry>
                </mxCell>
                <mxCell id="110" value="" style="shape=tableRow;horizontal=0;startSize=0;swimlaneHead=0;swimlaneBody=0;fillColor=none;collapsible=0;dropTarget=0;points=[[0,0.5],[1,0.5]];portConstraint=eastwest;top=0;left=0;right=0;bottom=0;html=1;labelBackgroundColor=none;labelBorderColor=none;swimlaneFillColor=none;" parent="97" vertex="1">
                    <mxGeometry y="150" width="180" height="30" as="geometry"/>
                </mxCell>
                <mxCell id="111" value="" style="shape=partialRectangle;connectable=0;fillColor=none;top=0;left=0;bottom=0;right=0;editable=1;overflow=hidden;html=1;whiteSpace=wrap;labelBackgroundColor=none;labelBorderColor=none;swimlaneFillColor=none;" parent="110" vertex="1">
                    <mxGeometry width="60" height="30" as="geometry">
                        <mxRectangle width="60" height="30" as="alternateBounds"/>
                    </mxGeometry>
                </mxCell>
                <mxCell id="112" value="approved" style="shape=partialRectangle;connectable=0;fillColor=none;top=0;left=0;bottom=0;right=0;align=left;spacingLeft=6;overflow=hidden;html=1;whiteSpace=wrap;labelBackgroundColor=none;labelBorderColor=none;swimlaneFillColor=none;" parent="110" vertex="1">
                    <mxGeometry x="60" width="120" height="30" as="geometry">
                        <mxRectangle width="120" height="30" as="alternateBounds"/>
                    </mxGeometry>
                </mxCell>
                <mxCell id="113" value="" style="shape=tableRow;horizontal=0;startSize=0;swimlaneHead=0;swimlaneBody=0;fillColor=none;collapsible=0;dropTarget=0;points=[[0,0.5],[1,0.5]];portConstraint=eastwest;top=0;left=0;right=0;bottom=0;html=1;labelBackgroundColor=none;labelBorderColor=none;swimlaneFillColor=none;" parent="97" vertex="1">
                    <mxGeometry y="180" width="180" height="30" as="geometry"/>
                </mxCell>
                <mxCell id="114" value="" style="shape=partialRectangle;connectable=0;fillColor=none;top=0;left=0;bottom=0;right=0;editable=1;overflow=hidden;html=1;whiteSpace=wrap;labelBackgroundColor=none;labelBorderColor=none;swimlaneFillColor=none;" parent="113" vertex="1">
                    <mxGeometry width="60" height="30" as="geometry">
                        <mxRectangle width="60" height="30" as="alternateBounds"/>
                    </mxGeometry>
                </mxCell>
                <mxCell id="115" value="cost" style="shape=partialRectangle;connectable=0;fillColor=none;top=0;left=0;bottom=0;right=0;align=left;spacingLeft=6;overflow=hidden;html=1;whiteSpace=wrap;labelBackgroundColor=none;labelBorderColor=none;swimlaneFillColor=none;" parent="113" vertex="1">
                    <mxGeometry x="60" width="120" height="30" as="geometry">
                        <mxRectangle width="120" height="30" as="alternateBounds"/>
                    </mxGeometry>
                </mxCell>
                <mxCell id="116" value="" style="shape=tableRow;horizontal=0;startSize=0;swimlaneHead=0;swimlaneBody=0;fillColor=none;collapsible=0;dropTarget=0;points=[[0,0.5],[1,0.5]];portConstraint=eastwest;top=0;left=0;right=0;bottom=0;html=1;labelBackgroundColor=none;labelBorderColor=none;swimlaneFillColor=none;" parent="97" vertex="1">
                    <mxGeometry y="210" width="180" height="30" as="geometry"/>
                </mxCell>
                <mxCell id="117" value="" style="shape=partialRectangle;connectable=0;fillColor=none;top=0;left=0;bottom=0;right=0;editable=1;overflow=hidden;html=1;whiteSpace=wrap;labelBackgroundColor=none;labelBorderColor=none;swimlaneFillColor=none;" parent="116" vertex="1">
                    <mxGeometry width="60" height="30" as="geometry">
                        <mxRectangle width="60" height="30" as="alternateBounds"/>
                    </mxGeometry>
                </mxCell>
                <mxCell id="118" value="status" style="shape=partialRectangle;connectable=0;fillColor=none;top=0;left=0;bottom=0;right=0;align=left;spacingLeft=6;overflow=hidden;html=1;whiteSpace=wrap;labelBackgroundColor=none;labelBorderColor=none;swimlaneFillColor=none;" parent="116" vertex="1">
                    <mxGeometry x="60" width="120" height="30" as="geometry">
                        <mxRectangle width="120" height="30" as="alternateBounds"/>
+                     </mxGeometry>
+                 </mxCell>
+                 <mxCell id="146" style="edgeStyle=none;html=1;entryX=0;entryY=0.5;entryDx=0;entryDy=0;exitX=1;exitY=0.5;exitDx=0;exitDy=0;startArrow=ERmandOne;startFill=0;strokeWidth=2;endArrow=ERzeroToMany;endFill=0;" edge="1" parent="1" source="19" target="76">
+                     <mxGeometry relative="1" as="geometry">
+                         <mxPoint x="310" y="199" as="sourcePoint"/>
+                         <mxPoint x="370" y="229" as="targetPoint"/>
                    </mxGeometry>
                </mxCell>
            </root>
        </mxGraphModel>
    </diagram>
</mxfile>